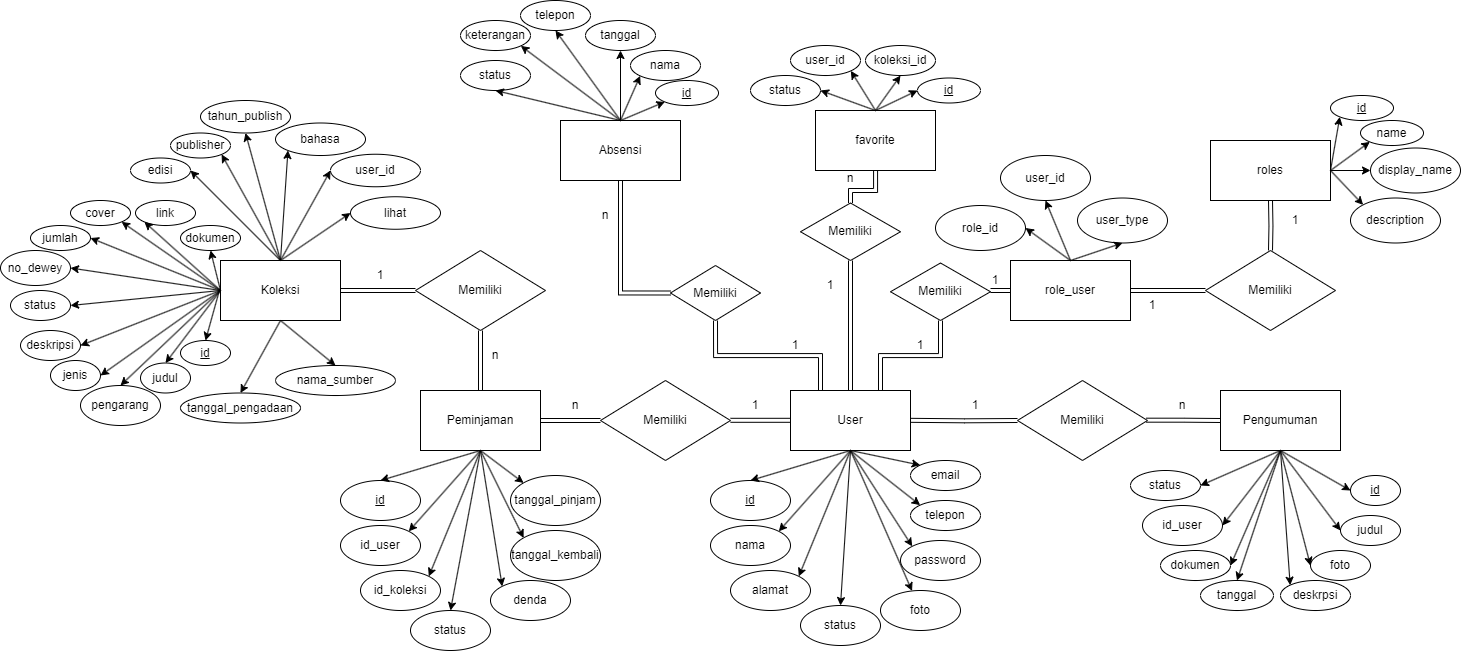
Above: img/erd/Diagram Pusaka-ERD.drawio.png in rikkamoe/ta-storage (draw.io), before the change. Source tidied: cells renumbered, new cells last; positions are measured from the earlier drawing's top-left corner, leaving out a move shared by most shapes.
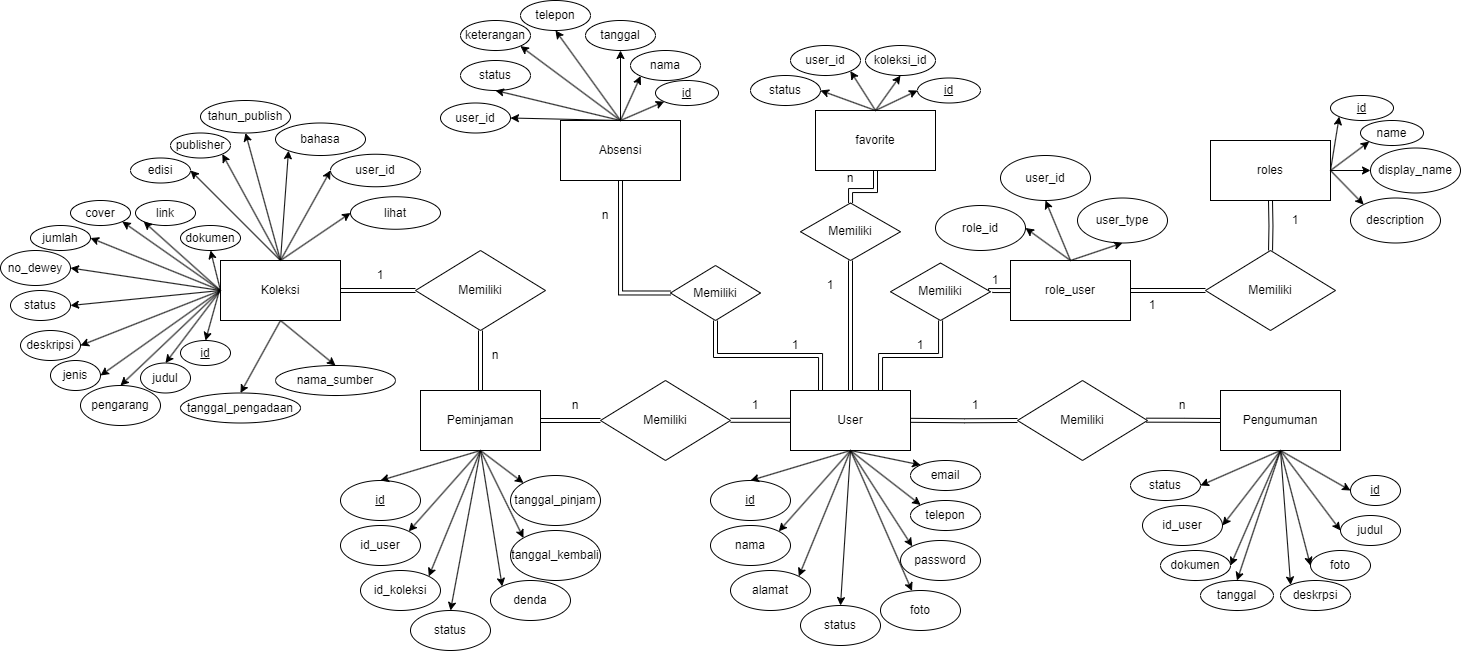
The same file after the commit.

The edit, as a diff of the source:
```diff
@@ -522,5 +522,11 @@
     <mxCell id="162" value="n" style="text;html=1;strokeColor=none;fillColor=none;align=center;verticalAlign=middle;whiteSpace=wrap;rounded=0;" parent="1" vertex="1">
       <mxGeometry x="835" y="172.5" width="30" height="10" as="geometry" />
     </mxCell>
+    <mxCell id="163" value="user_id" style="ellipse;whiteSpace=wrap;html=1;" parent="1" vertex="1">
+      <mxGeometry x="440" y="102.5" width="70" height="30" as="geometry" />
+    </mxCell>
+    <mxCell id="164" style="endArrow=classic;html=1;rounded=0;entryX=1;entryY=0.5;entryDx=0;entryDy=0;exitX=0.5;exitY=0;exitDx=0;exitDy=0;" parent="1" edge="1" source="44" target="163">
+      <mxGeometry relative="1" as="geometry" />
+    </mxCell>
   </root>
 </mxGraphModel>
```
